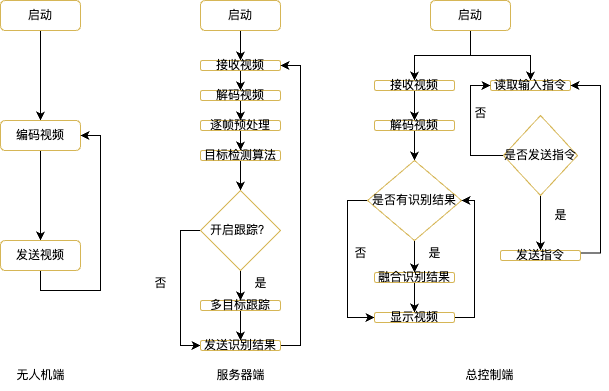
Before: 流程图.png, a diagram exported from draw.io (johnran103/mmdet). Source tidied: cells renumbered, new cells last; positions are measured from the earlier drawing's top-left corner, leaving out a move shared by most shapes.
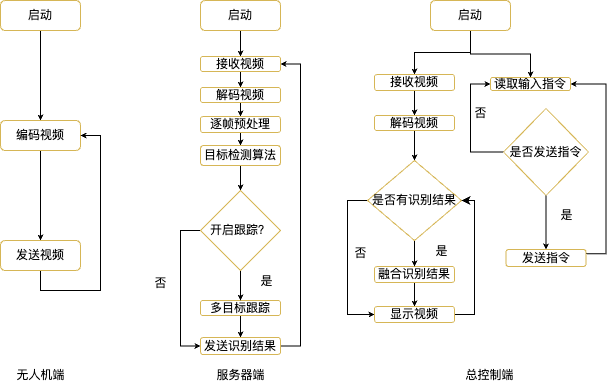
After the commit.

Commit message:
更新流程图.png

Change to the diagram source:
```diff
@@ -2,19 +2,19 @@
   <root>
     <mxCell id="0" />
     <mxCell id="1" parent="0" />
-    <mxCell id="2" style="edgeStyle=orthogonalEdgeStyle;rounded=0;jettySize=auto;html=1;exitX=0.5;exitY=1;exitDx=0;exitDy=0;entryX=0.5;entryY=0;entryDx=0;entryDy=0;" parent="1" edge="1" source="3" target="5">
+    <mxCell id="2" style="edgeStyle=orthogonalEdgeStyle;rounded=0;jettySize=auto;html=1;exitX=0.5;exitY=1;exitDx=0;exitDy=0;entryX=0.5;entryY=0;entryDx=0;entryDy=0;endSize=3;" parent="1" edge="1" source="3" target="5">
       <mxGeometry relative="1" as="geometry" />
     </mxCell>
     <mxCell id="3" value="启动" style="rounded=1;whiteSpace=wrap;html=1;fillColor=none;strokeColor=#D6B656;" parent="1" vertex="1">
       <mxGeometry width="80" height="30" as="geometry" />
     </mxCell>
-    <mxCell id="4" style="edgeStyle=orthogonalEdgeStyle;rounded=0;jettySize=auto;html=1;exitX=0.5;exitY=1;exitDx=0;exitDy=0;entryX=0.5;entryY=0;entryDx=0;entryDy=0;" parent="1" edge="1" source="5" target="7">
+    <mxCell id="4" style="edgeStyle=orthogonalEdgeStyle;rounded=0;jettySize=auto;html=1;exitX=0.5;exitY=1;exitDx=0;exitDy=0;entryX=0.5;entryY=0;entryDx=0;entryDy=0;endSize=3;" parent="1" edge="1" source="5" target="7">
       <mxGeometry relative="1" as="geometry" />
     </mxCell>
     <mxCell id="5" value="编码视频" style="rounded=1;whiteSpace=wrap;html=1;fillColor=none;strokeColor=#D6B656;" parent="1" vertex="1">
       <mxGeometry y="120" width="80" height="30" as="geometry" />
     </mxCell>
-    <mxCell id="6" style="edgeStyle=orthogonalEdgeStyle;rounded=0;jettySize=auto;html=1;exitX=0.5;exitY=1;exitDx=0;exitDy=0;entryX=1;entryY=0.5;entryDx=0;entryDy=0;" parent="1" edge="1" source="7" target="5">
+    <mxCell id="6" style="edgeStyle=orthogonalEdgeStyle;rounded=0;jettySize=auto;html=1;exitX=0.5;exitY=1;exitDx=0;exitDy=0;entryX=1;entryY=0.5;entryDx=0;entryDy=0;endSize=3;" parent="1" edge="1" source="7" target="5">
       <mxGeometry relative="1" as="geometry">
         <Array as="points">
           <mxPoint x="40" y="290" />
@@ -29,102 +29,97 @@
     <mxCell id="8" value="无人机端" style="text;html=1;align=center;verticalAlign=middle;strokeColor=none;fillColor=none;" parent="1" vertex="1">
       <mxGeometry x="5" y="360" width="70" height="30" as="geometry" />
     </mxCell>
-    <mxCell id="9" style="edgeStyle=orthogonalEdgeStyle;rounded=0;jettySize=auto;html=1;exitX=0.5;exitY=1;exitDx=0;exitDy=0;entryX=0.5;entryY=0;entryDx=0;entryDy=0;" parent="1" edge="1" source="10" target="12">
+    <mxCell id="9" style="edgeStyle=orthogonalEdgeStyle;rounded=0;jettySize=auto;html=1;exitX=0.5;exitY=1;exitDx=0;exitDy=0;entryX=0.5;entryY=0;entryDx=0;entryDy=0;endSize=3;" parent="1" edge="1" source="10" target="12">
       <mxGeometry relative="1" as="geometry" />
     </mxCell>
     <mxCell id="10" value="启动" style="rounded=1;whiteSpace=wrap;html=1;fillColor=none;strokeColor=#D6B656;" parent="1" vertex="1">
       <mxGeometry x="200" width="80" height="30" as="geometry" />
     </mxCell>
-    <mxCell id="11" style="edgeStyle=orthogonalEdgeStyle;rounded=0;jettySize=auto;html=1;exitX=0.5;exitY=1;exitDx=0;exitDy=0;entryX=0.5;entryY=0;entryDx=0;entryDy=0;" parent="1" edge="1" source="12" target="17">
+    <mxCell id="11" style="edgeStyle=orthogonalEdgeStyle;rounded=0;jettySize=auto;html=1;exitX=0.5;exitY=1;exitDx=0;exitDy=0;entryX=0.5;entryY=0;entryDx=0;entryDy=0;endSize=3;" parent="1" edge="1" source="12" target="17">
       <mxGeometry relative="1" as="geometry" />
     </mxCell>
     <mxCell id="12" value="接收视频" style="rounded=1;whiteSpace=wrap;html=1;fillColor=none;strokeColor=#D6B656;" parent="1" vertex="1">
-      <mxGeometry x="200" y="60" width="80" height="10" as="geometry" />
+      <mxGeometry x="200" y="56" width="80" height="15" as="geometry" />
     </mxCell>
-    <mxCell id="13" style="edgeStyle=orthogonalEdgeStyle;rounded=0;jettySize=auto;html=1;exitX=0.5;exitY=1;exitDx=0;exitDy=0;entryX=0.5;entryY=0;entryDx=0;entryDy=0;" parent="1" edge="1" source="14" target="26">
+    <mxCell id="13" style="edgeStyle=orthogonalEdgeStyle;rounded=0;jettySize=auto;html=1;exitX=0.5;exitY=1;exitDx=0;exitDy=0;entryX=0.5;entryY=0;entryDx=0;entryDy=0;endSize=3;" parent="1" edge="1" source="14" target="26">
       <mxGeometry relative="1" as="geometry" />
     </mxCell>
     <mxCell id="14" value="多目标跟踪" style="rounded=1;whiteSpace=wrap;html=1;fillColor=none;strokeColor=#D6B656;" parent="1" vertex="1">
-      <mxGeometry x="200" y="300" width="80" height="10" as="geometry" />
+      <mxGeometry x="200" y="300" width="80" height="15" as="geometry" />
     </mxCell>
     <mxCell id="15" value="服务器端" style="text;html=1;align=center;verticalAlign=middle;strokeColor=none;fillColor=none;" parent="1" vertex="1">
       <mxGeometry x="205" y="360" width="70" height="30" as="geometry" />
     </mxCell>
-    <mxCell id="16" style="edgeStyle=orthogonalEdgeStyle;rounded=0;jettySize=auto;html=1;exitX=0.5;exitY=1;exitDx=0;exitDy=0;entryX=0.5;entryY=0;entryDx=0;entryDy=0;" parent="1" edge="1" source="17" target="19">
+    <mxCell id="16" style="edgeStyle=orthogonalEdgeStyle;rounded=0;jettySize=auto;html=1;exitX=0.5;exitY=1;exitDx=0;exitDy=0;entryX=0.5;entryY=0;entryDx=0;entryDy=0;endSize=3;" parent="1" edge="1" source="17" target="19">
       <mxGeometry relative="1" as="geometry" />
     </mxCell>
     <mxCell id="17" value="解码视频" style="rounded=1;whiteSpace=wrap;html=1;fillColor=none;strokeColor=#D6B656;" parent="1" vertex="1">
-      <mxGeometry x="200" y="90" width="80" height="10" as="geometry" />
+      <mxGeometry x="200" y="87" width="80" height="15" as="geometry" />
     </mxCell>
-    <mxCell id="18" style="edgeStyle=orthogonalEdgeStyle;rounded=0;jettySize=auto;html=1;exitX=0.5;exitY=1;exitDx=0;exitDy=0;entryX=0.5;entryY=0;entryDx=0;entryDy=0;" parent="1" edge="1" source="19" target="21">
+    <mxCell id="18" style="edgeStyle=orthogonalEdgeStyle;rounded=0;jettySize=auto;html=1;exitX=0.5;exitY=1;exitDx=0;exitDy=0;entryX=0.5;entryY=0;entryDx=0;entryDy=0;endSize=3;" parent="1" edge="1" source="19" target="21">
       <mxGeometry relative="1" as="geometry" />
     </mxCell>
     <mxCell id="19" value="逐帧预处理" style="rounded=1;whiteSpace=wrap;html=1;fillColor=none;strokeColor=#D6B656;" parent="1" vertex="1">
-      <mxGeometry x="200" y="120" width="80" height="10" as="geometry" />
+      <mxGeometry x="200" y="116" width="80" height="16" as="geometry" />
     </mxCell>
-    <mxCell id="20" style="edgeStyle=orthogonalEdgeStyle;rounded=0;jettySize=auto;html=1;exitX=0.5;exitY=1;exitDx=0;exitDy=0;entryX=0.5;entryY=0;entryDx=0;entryDy=0;" parent="1" edge="1" source="21" target="24">
+    <mxCell id="20" style="edgeStyle=orthogonalEdgeStyle;rounded=0;jettySize=auto;html=1;exitX=0.5;exitY=1;exitDx=0;exitDy=0;entryX=0.5;entryY=0;entryDx=0;entryDy=0;endSize=3;" parent="1" edge="1" source="21" target="24">
       <mxGeometry relative="1" as="geometry" />
     </mxCell>
     <mxCell id="21" value="目标检测算法" style="rounded=1;whiteSpace=wrap;html=1;fillColor=none;strokeColor=#D6B656;" parent="1" vertex="1">
-      <mxGeometry x="200" y="150" width="80" height="10" as="geometry" />
+      <mxGeometry x="200" y="145" width="80" height="20" as="geometry" />
     </mxCell>
-    <mxCell id="22" style="edgeStyle=orthogonalEdgeStyle;rounded=0;jettySize=auto;html=1;exitX=0;exitY=0.5;exitDx=0;exitDy=0;entryX=0;entryY=0.5;entryDx=0;entryDy=0;" parent="1" edge="1" source="24" target="26">
+    <mxCell id="22" style="edgeStyle=orthogonalEdgeStyle;rounded=0;jettySize=auto;html=1;exitX=0;exitY=0.5;exitDx=0;exitDy=0;entryX=0;entryY=0.5;entryDx=0;entryDy=0;endSize=3;" parent="1" edge="1" source="24" target="26">
       <mxGeometry relative="1" as="geometry" />
     </mxCell>
-    <mxCell id="23" style="edgeStyle=orthogonalEdgeStyle;rounded=0;jettySize=auto;html=1;exitX=0.5;exitY=1;exitDx=0;exitDy=0;entryX=0.5;entryY=0;entryDx=0;entryDy=0;" parent="1" edge="1" source="24" target="14">
+    <mxCell id="23" style="edgeStyle=orthogonalEdgeStyle;rounded=0;jettySize=auto;html=1;exitX=0.5;exitY=1;exitDx=0;exitDy=0;entryX=0.5;entryY=0;entryDx=0;entryDy=0;endSize=3;" parent="1" edge="1" source="24" target="14">
       <mxGeometry relative="1" as="geometry" />
     </mxCell>
     <mxCell id="24" value="开启跟踪？" style="rhombus;whiteSpace=wrap;html=1;fillColor=none;strokeColor=#D6B656;" parent="1" vertex="1">
       <mxGeometry x="200" y="190" width="80" height="80" as="geometry" />
     </mxCell>
-    <mxCell id="25" style="edgeStyle=orthogonalEdgeStyle;rounded=0;jettySize=auto;html=1;exitX=1;exitY=0.5;exitDx=0;exitDy=0;entryX=1;entryY=0.5;entryDx=0;entryDy=0;" parent="1" edge="1" source="26" target="12">
-      <mxGeometry relative="1" as="geometry">
-        <Array as="points">
-          <mxPoint x="300" y="345" />
-          <mxPoint x="300" y="65" />
-        </Array>
-      </mxGeometry>
+    <mxCell id="25" style="edgeStyle=orthogonalEdgeStyle;rounded=0;jettySize=auto;html=1;exitX=1;exitY=0.5;exitDx=0;exitDy=0;entryX=1;entryY=0.5;entryDx=0;entryDy=0;endSize=3;" parent="1" edge="1" source="26" target="12">
+      <mxGeometry relative="1" as="geometry" />
     </mxCell>
     <mxCell id="26" value="发送识别结果" style="rounded=1;whiteSpace=wrap;html=1;fillColor=none;strokeColor=#D6B656;" parent="1" vertex="1">
-      <mxGeometry x="200" y="340" width="80" height="10" as="geometry" />
+      <mxGeometry x="200" y="337" width="80" height="17" as="geometry" />
     </mxCell>
     <mxCell id="27" value="否" style="text;html=1;align=center;verticalAlign=middle;strokeColor=none;fillColor=none;" parent="1" vertex="1">
       <mxGeometry x="140" y="268" width="40" height="30" as="geometry" />
     </mxCell>
     <mxCell id="28" value="是" style="text;html=1;align=center;verticalAlign=middle;strokeColor=none;fillColor=none;" parent="1" vertex="1">
-      <mxGeometry x="240" y="268" width="40" height="30" as="geometry" />
+      <mxGeometry x="246" y="266" width="40" height="30" as="geometry" />
     </mxCell>
-    <mxCell id="29" style="edgeStyle=orthogonalEdgeStyle;rounded=0;jettySize=auto;html=1;exitX=0.5;exitY=1;exitDx=0;exitDy=0;entryX=0.5;entryY=0;entryDx=0;entryDy=0;" parent="1" edge="1" source="31" target="33">
+    <mxCell id="29" style="edgeStyle=orthogonalEdgeStyle;rounded=0;jettySize=auto;html=1;exitX=0.5;exitY=1;exitDx=0;exitDy=0;entryX=0.5;entryY=0;entryDx=0;entryDy=0;endSize=3;" parent="1" edge="1" source="31" target="33">
       <mxGeometry relative="1" as="geometry" />
     </mxCell>
-    <mxCell id="30" style="edgeStyle=orthogonalEdgeStyle;rounded=0;jettySize=auto;html=1;exitX=0.5;exitY=1;exitDx=0;exitDy=0;entryX=0.5;entryY=0;entryDx=0;entryDy=0;" parent="1" edge="1" source="31" target="45">
+    <mxCell id="30" style="edgeStyle=orthogonalEdgeStyle;rounded=0;jettySize=auto;html=1;exitX=0.5;exitY=1;exitDx=0;exitDy=0;entryX=0.5;entryY=0;entryDx=0;entryDy=0;endSize=3;" parent="1" edge="1" source="31" target="45">
       <mxGeometry relative="1" as="geometry" />
     </mxCell>
     <mxCell id="31" value="启动" style="rounded=1;whiteSpace=wrap;html=1;fillColor=none;strokeColor=#D6B656;" parent="1" vertex="1">
       <mxGeometry x="430" width="80" height="30" as="geometry" />
     </mxCell>
-    <mxCell id="32" style="edgeStyle=orthogonalEdgeStyle;rounded=0;jettySize=auto;html=1;exitX=0.5;exitY=1;exitDx=0;exitDy=0;entryX=0.5;entryY=0;entryDx=0;entryDy=0;" parent="1" edge="1" source="33" target="37">
+    <mxCell id="32" style="edgeStyle=orthogonalEdgeStyle;rounded=0;jettySize=auto;html=1;exitX=0.5;exitY=1;exitDx=0;exitDy=0;entryX=0.5;entryY=0;entryDx=0;entryDy=0;endSize=3;" parent="1" edge="1" source="33" target="37">
       <mxGeometry relative="1" as="geometry" />
     </mxCell>
     <mxCell id="33" value="接收视频" style="rounded=1;whiteSpace=wrap;html=1;fillColor=none;strokeColor=#D6B656;" parent="1" vertex="1">
-      <mxGeometry x="374" y="80" width="80" height="10" as="geometry" />
+      <mxGeometry x="374" y="74" width="80" height="16" as="geometry" />
     </mxCell>
-    <mxCell id="34" style="edgeStyle=orthogonalEdgeStyle;rounded=0;jettySize=auto;html=1;exitX=0.5;exitY=1;exitDx=0;exitDy=0;entryX=0.5;entryY=0;entryDx=0;entryDy=0;" parent="1" edge="1" source="35" target="42">
+    <mxCell id="34" style="edgeStyle=orthogonalEdgeStyle;rounded=0;jettySize=auto;html=1;exitX=0.5;exitY=1;exitDx=0;exitDy=0;entryX=0.5;entryY=0;entryDx=0;entryDy=0;endSize=3;" parent="1" edge="1" source="35" target="42">
       <mxGeometry relative="1" as="geometry" />
     </mxCell>
     <mxCell id="35" value="融合识别结果" style="rounded=1;whiteSpace=wrap;html=1;fillColor=none;strokeColor=#D6B656;" parent="1" vertex="1">
-      <mxGeometry x="374" y="272" width="80" height="10" as="geometry" />
+      <mxGeometry x="374" y="266" width="80" height="16" as="geometry" />
     </mxCell>
-    <mxCell id="36" style="edgeStyle=orthogonalEdgeStyle;rounded=0;jettySize=auto;html=1;exitX=0.5;exitY=1;exitDx=0;exitDy=0;entryX=0.5;entryY=0;entryDx=0;entryDy=0;" parent="1" edge="1" source="37" target="40">
+    <mxCell id="36" style="edgeStyle=orthogonalEdgeStyle;rounded=0;jettySize=auto;html=1;exitX=0.5;exitY=1;exitDx=0;exitDy=0;entryX=0.5;entryY=0;entryDx=0;entryDy=0;endSize=3;" parent="1" edge="1" source="37" target="40">
       <mxGeometry relative="1" as="geometry" />
     </mxCell>
     <mxCell id="37" value="解码视频" style="rounded=1;whiteSpace=wrap;html=1;fillColor=none;strokeColor=#D6B656;" parent="1" vertex="1">
-      <mxGeometry x="374" y="120" width="80" height="10" as="geometry" />
+      <mxGeometry x="374" y="115" width="80" height="15" as="geometry" />
     </mxCell>
-    <mxCell id="38" style="edgeStyle=orthogonalEdgeStyle;rounded=0;jettySize=auto;html=1;exitX=0;exitY=0.5;exitDx=0;exitDy=0;entryX=0;entryY=0.5;entryDx=0;entryDy=0;" parent="1" edge="1" source="40" target="42">
+    <mxCell id="38" style="edgeStyle=orthogonalEdgeStyle;rounded=0;jettySize=auto;html=1;exitX=0;exitY=0.5;exitDx=0;exitDy=0;entryX=0;entryY=0.5;entryDx=0;entryDy=0;endSize=3;" parent="1" edge="1" source="40" target="42">
       <mxGeometry relative="1" as="geometry" />
     </mxCell>
-    <mxCell id="39" style="edgeStyle=orthogonalEdgeStyle;rounded=0;jettySize=auto;html=1;exitX=0.5;exitY=1;exitDx=0;exitDy=0;entryX=0.5;entryY=0;entryDx=0;entryDy=0;" parent="1" edge="1" source="40" target="35">
+    <mxCell id="39" style="edgeStyle=orthogonalEdgeStyle;rounded=0;jettySize=auto;html=1;exitX=0.5;exitY=1;exitDx=0;exitDy=0;entryX=0.5;entryY=0;entryDx=0;entryDy=0;endSize=3;" parent="1" edge="1" source="40" target="35">
       <mxGeometry relative="1" as="geometry" />
     </mxCell>
     <mxCell id="40" value="是否有识别结果" style="rhombus;whiteSpace=wrap;html=1;fillColor=none;strokeColor=#D6B656;" parent="1" vertex="1">
@@ -134,40 +129,40 @@
       <mxGeometry relative="1" as="geometry" />
     </mxCell>
     <mxCell id="42" value="显示视频" style="rounded=1;whiteSpace=wrap;html=1;fillColor=none;strokeColor=#D6B656;" parent="1" vertex="1">
-      <mxGeometry x="374" y="312" width="80" height="10" as="geometry" />
+      <mxGeometry x="374" y="306" width="80" height="16" as="geometry" />
     </mxCell>
     <mxCell id="43" value="否" style="text;html=1;align=center;verticalAlign=middle;strokeColor=none;fillColor=none;" parent="1" vertex="1">
       <mxGeometry x="340" y="238" width="40" height="30" as="geometry" />
     </mxCell>
     <mxCell id="44" value="是" style="text;html=1;align=center;verticalAlign=middle;strokeColor=none;fillColor=none;" parent="1" vertex="1">
-      <mxGeometry x="414" y="238" width="40" height="30" as="geometry" />
+      <mxGeometry x="421" y="236" width="40" height="30" as="geometry" />
     </mxCell>
     <mxCell id="45" value="读取输入指令" style="rounded=1;whiteSpace=wrap;html=1;fillColor=none;strokeColor=#D6B656;" parent="1" vertex="1">
-      <mxGeometry x="490" y="80" width="80" height="10" as="geometry" />
+      <mxGeometry x="490" y="77" width="80" height="13" as="geometry" />
     </mxCell>
-    <mxCell id="46" style="edgeStyle=orthogonalEdgeStyle;rounded=0;jettySize=auto;html=1;exitX=0;exitY=0.5;exitDx=0;exitDy=0;entryX=0;entryY=0.5;entryDx=0;entryDy=0;" parent="1" edge="1" source="48" target="45">
+    <mxCell id="46" style="edgeStyle=orthogonalEdgeStyle;rounded=0;jettySize=auto;html=1;exitX=0;exitY=0.5;exitDx=0;exitDy=0;entryX=0;entryY=0.5;entryDx=0;entryDy=0;endSize=3;" parent="1" edge="1" source="48" target="45">
       <mxGeometry relative="1" as="geometry" />
     </mxCell>
-    <mxCell id="47" style="edgeStyle=orthogonalEdgeStyle;rounded=0;jettySize=auto;html=1;exitX=0.5;exitY=1;exitDx=0;exitDy=0;entryX=0.5;entryY=0;entryDx=0;entryDy=0;" parent="1" edge="1" source="48" target="50">
-      <mxGeometry relative="1" as="geometry" />
-    </mxCell>
     <mxCell id="48" value="是否发送指令" style="rhombus;whiteSpace=wrap;html=1;fillColor=none;strokeColor=#D6B656;" parent="1" vertex="1">
-      <mxGeometry x="503" y="115" width="74" height="80" as="geometry" />
+      <mxGeometry x="503" y="108" width="85" height="87" as="geometry" />
     </mxCell>
-    <mxCell id="49" style="edgeStyle=orthogonalEdgeStyle;rounded=0;jettySize=auto;html=1;exitX=1;exitY=0.25;exitDx=0;exitDy=0;entryX=1;entryY=0.5;entryDx=0;entryDy=0;" parent="1" edge="1" source="50" target="45">
+    <mxCell id="49" style="edgeStyle=orthogonalEdgeStyle;rounded=0;jettySize=auto;html=1;exitX=1;exitY=0.25;exitDx=0;exitDy=0;entryX=1;entryY=0.5;entryDx=0;entryDy=0;endSize=3;" parent="1" edge="1" source="50" target="45">
       <mxGeometry relative="1" as="geometry" />
     </mxCell>
     <mxCell id="50" value="发送指令" style="rounded=1;whiteSpace=wrap;html=1;fillColor=none;strokeColor=#D6B656;" parent="1" vertex="1">
-      <mxGeometry x="500" y="250" width="80" height="10" as="geometry" />
+      <mxGeometry x="505.5" y="249" width="80" height="17" as="geometry" />
     </mxCell>
     <mxCell id="51" value="否" style="text;html=1;align=center;verticalAlign=middle;strokeColor=none;fillColor=none;" parent="1" vertex="1">
       <mxGeometry x="460" y="98" width="40" height="30" as="geometry" />
     </mxCell>
     <mxCell id="52" value="是" style="text;html=1;align=center;verticalAlign=middle;strokeColor=none;fillColor=none;" parent="1" vertex="1">
-      <mxGeometry x="540" y="200" width="40" height="30" as="geometry" />
+      <mxGeometry x="546" y="200" width="40" height="30" as="geometry" />
     </mxCell>
     <mxCell id="53" value="总控制端" style="text;html=1;align=center;verticalAlign=middle;strokeColor=none;fillColor=none;" parent="1" vertex="1">
       <mxGeometry x="454" y="360" width="70" height="30" as="geometry" />
     </mxCell>
+    <mxCell id="47" style="endArrow=classic;html=1;rounded=0;exitX=0.5;exitY=1;exitDx=0;exitDy=0;entryX=0.5;entryY=0;entryDx=0;entryDy=0;endSize=3;" parent="1" edge="1" source="48" target="50">
+      <mxGeometry relative="1" as="geometry" />
+    </mxCell>
   </root>
 </mxGraphModel>
```
